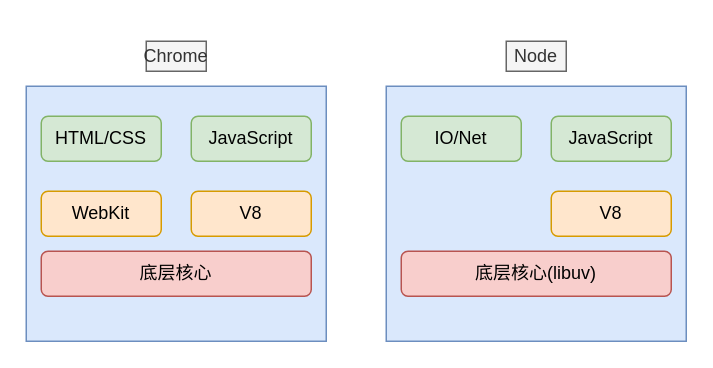
NewPlayground/over-javascript keeps this draw.io diagram as images/node/01-01.drawio. Above is the earlier version. Source tidied: cells renumbered, new cells numbered last; positions are measured from the earlier drawing's top-left corner, leaving out a move shared by most shapes. Both pictures are drawn from the tidied source at 150%, with x=0, y=0 at pixel (26, 40).
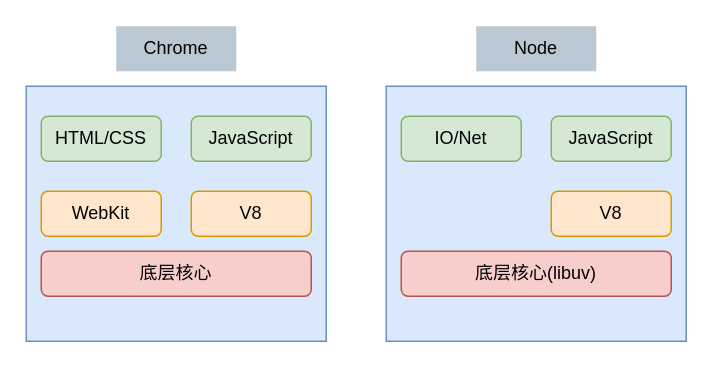
The same page after the edit.

What changed in the source:
```diff
@@
 <mxGraphModel>
   <root>
     <mxCell id="0" />
     <mxCell id="1" parent="0" />
     <mxCell id="2" style="rounded=0;whiteSpace=wrap;html=1;fillColor=#dae8fc;strokeColor=#6c8ebf;" parent="1" vertex="1">
       <mxGeometry y="30" width="200" height="170" as="geometry" />
     </mxCell>
     <mxCell id="3" value="HTML/CSS" style="rounded=1;whiteSpace=wrap;html=1;fillColor=#d5e8d4;strokeColor=#82b366;" parent="1" vertex="1">
       <mxGeometry x="10" y="50" width="80" height="30" as="geometry" />
     </mxCell>
     <mxCell id="4" value="JavaScript" style="rounded=1;whiteSpace=wrap;html=1;fillColor=#d5e8d4;strokeColor=#82b366;" parent="1" vertex="1">
       <mxGeometry x="110" y="50" width="80" height="30" as="geometry" />
     </mxCell>
     <mxCell id="5" value="WebKit" style="rounded=1;whiteSpace=wrap;html=1;fillColor=#ffe6cc;strokeColor=#d79b00;" parent="1" vertex="1">
       <mxGeometry x="10" y="100" width="80" height="30" as="geometry" />
     </mxCell>
     <mxCell id="6" value="V8" style="rounded=1;whiteSpace=wrap;html=1;fillColor=#ffe6cc;strokeColor=#d79b00;" parent="1" vertex="1">
       <mxGeometry x="110" y="100" width="80" height="30" as="geometry" />
     </mxCell>
     <mxCell id="7" value="底层核心" style="rounded=1;whiteSpace=wrap;html=1;fillColor=#f8cecc;strokeColor=#b85450;" parent="1" vertex="1">
       <mxGeometry x="10" y="140" width="180" height="30" as="geometry" />
     </mxCell>
     <mxCell id="8" style="rounded=0;whiteSpace=wrap;html=1;fillColor=#dae8fc;strokeColor=#6c8ebf;" parent="1" vertex="1">
       <mxGeometry x="240" y="30" width="200" height="170" as="geometry" />
     </mxCell>
     <mxCell id="9" value="IO/Net" style="rounded=1;whiteSpace=wrap;html=1;fillColor=#d5e8d4;strokeColor=#82b366;" parent="1" vertex="1">
       <mxGeometry x="250" y="50" width="80" height="30" as="geometry" />
     </mxCell>
     <mxCell id="10" value="JavaScript" style="rounded=1;whiteSpace=wrap;html=1;fillColor=#d5e8d4;strokeColor=#82b366;" parent="1" vertex="1">
       <mxGeometry x="350" y="50" width="80" height="30" as="geometry" />
     </mxCell>
     <mxCell id="11" value="V8" style="rounded=1;whiteSpace=wrap;html=1;fillColor=#ffe6cc;strokeColor=#d79b00;" parent="1" vertex="1">
       <mxGeometry x="350" y="100" width="80" height="30" as="geometry" />
     </mxCell>
     <mxCell id="12" value="底层核心(libuv)" style="rounded=1;whiteSpace=wrap;html=1;fillColor=#f8cecc;strokeColor=#b85450;" parent="1" vertex="1">
       <mxGeometry x="250" y="140" width="180" height="30" as="geometry" />
     </mxCell>
-    <mxCell id="13" value="Chrome" style="text;html=1;strokeColor=#666666;fillColor=#f5f5f5;align=center;verticalAlign=middle;whiteSpace=wrap;rounded=0;fontColor=#333333;" parent="1" vertex="1">
-      <mxGeometry x="80" width="40" height="20" as="geometry" />
+    <mxCell id="13" value="Chrome" style="text;html=1;fillColor=#bac8d3;align=center;verticalAlign=middle;whiteSpace=wrap;rounded=0;" parent="1" vertex="1">
+      <mxGeometry x="60" y="-10" width="80" height="30" as="geometry" />
     </mxCell>
-    <mxCell id="14" value="Node" style="text;html=1;strokeColor=#666666;fillColor=#f5f5f5;align=center;verticalAlign=middle;whiteSpace=wrap;rounded=0;fontColor=#333333;" parent="1" vertex="1">
-      <mxGeometry x="320" width="40" height="20" as="geometry" />
+    <mxCell id="14" value="Node" style="text;html=1;fillColor=#bac8d3;align=center;verticalAlign=middle;whiteSpace=wrap;rounded=0;" parent="1" vertex="1">
+      <mxGeometry x="300" y="-10" width="80" height="30" as="geometry" />
     </mxCell>
   </root>
 </mxGraphModel>
```
